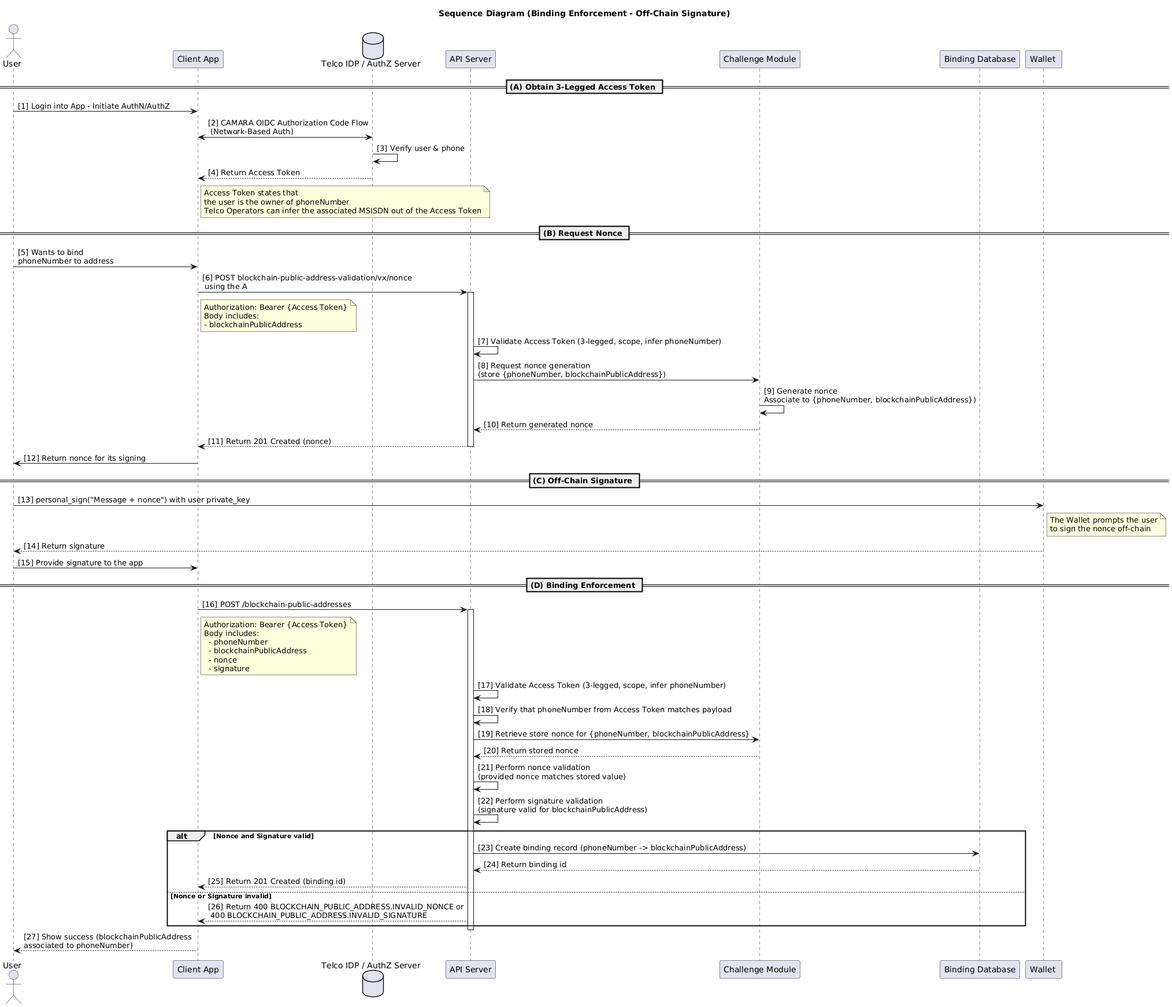
camaraproject/BlockchainPublicAddress keeps this PlantUML diagram as documentation/API_documentation/resources/blockchain-public-address-binding-enforcement-off-chain-signature.png. Above is the earlier version. The source it was exported from:
```plantuml
@startuml
title Sequence Diagram (Binding Enforcement - Off-Chain Signature)

actor User
participant "Client App" as Client
database "Telco IDP / AuthZ Server" as Auth
participant "API Server" as Server
participant "Challenge Module" as CM
participant "Binding Database" as DB
participant "Wallet " as Wallet

== (A) Obtain 3-Legged Access Token ==
User -> Client: [1] Login into App - Initiate AuthN/AuthZ
Client <-> Auth: [2] CAMARA OIDC Authorization Code Flow\n (Network-Based Auth)
Auth -> Auth: [3] Verify user & phone
Auth --> Client: [4] Return Access Token
note right of Client
  Access Token states that
  the user is the owner of phoneNumber
  Telco Operators can infer the associated MSISDN out of the Access Token
end note

== (B) Request Nonce ==
User -> Client: [5] Wants to bind \nphoneNumber to address
Client -> Server: [6] POST blockchain-public-address-validation/vx/nonce \n using the A
note right of Client
  Authorization: Bearer {Access Token}
  Body includes:
  - blockchainPublicAddress
end note

activate Server
Server -> Server: [7] Validate Access Token (3-legged, scope, infer phoneNumber)
Server -> CM: [8] Request nonce generation \n(store {phoneNumber, blockchainPublicAddress})
CM -> CM: [9] Generate nonce \nAssociate to {phoneNumber, blockchainPublicAddress})
CM --> Server: [10] Return generated nonce
Server --> Client: [11] Return 201 Created (nonce)
deactivate Server
Client -> User: [12] Return nonce for its signing

== (C) Off-Chain Signature ==
User -> Wallet: [13] personal_sign("Message + nonce") with user private_key
note right of Wallet
  The Wallet prompts the user
  to sign the nonce off-chain
end note
Wallet --> User: [14] Return signature
User -> Client: [15] Provide signature to the app

== (D) Binding Enforcement ==
Client -> Server: [16] POST /blockchain-public-addresses
note right of Client
  Authorization: Bearer {Access Token}
  Body includes:
    - phoneNumber
    - blockchainPublicAddress
    - nonce
    - signature
end note

activate Server
Server -> Server: [17] Validate Access Token (3-legged, scope, infer phoneNumber)
Server -> Server: [18] Verify that phoneNumber from Access Token matches payload
Server -> CM: [19] Retrieve store nonce for {phoneNumber, blockchainPublicAddress}
CM --> Server: [20] Return stored nonce
Server -> Server: [21] Perform nonce validation \n(provided nonce matches stored value)
Server -> Server: [22] Perform signature validation \n(signature valid for blockchainPublicAddress)

alt Nonce and Signature valid
Server -> DB: [23] Create binding record (phoneNumber -> blockchainPublicAddress)
DB --> Server: [24] Return binding id
Server --> Client: [25] Return 201 Created (binding id)
else Nonce or Signature invalid
Server --> Client: [26] Return 400 BLOCKCHAIN_PUBLIC_ADDRESS.INVALID_NONCE or\n 400 BLOCKCHAIN_PUBLIC_ADDRESS.INVALID_SIGNATURE
end

deactivate Server

Client --> User: [27] Show success (blockchainPublicAddress \nassociated to phoneNumber)
@enduml
```
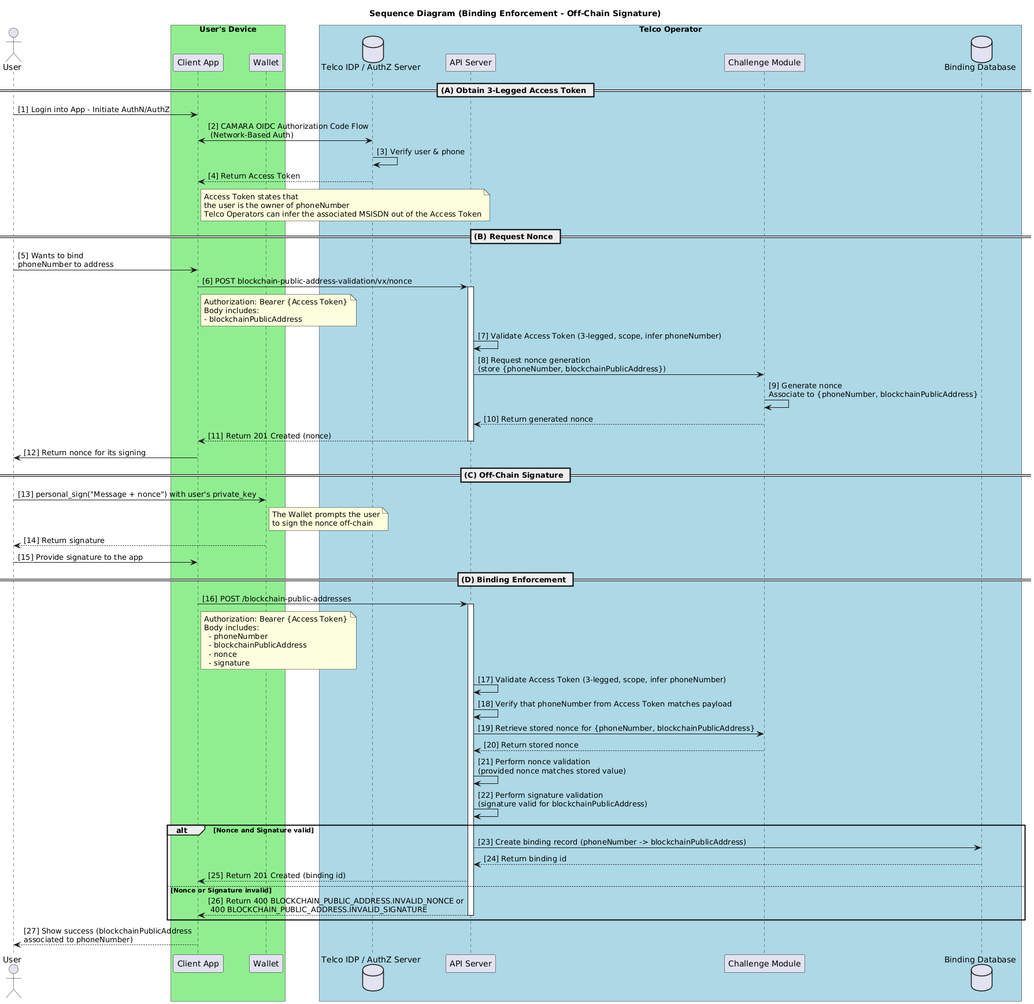
The same diagram one commit later.

Commit message:
Enforce Binding Off Chain Solution Editorial Enhancements

Diff of the diagram source:
```diff
@@ -2,12 +2,18 @@
 title Sequence Diagram (Binding Enforcement - Off-Chain Signature)
 
 actor User
-participant "Client App" as Client
-database "Telco IDP / AuthZ Server" as Auth
-participant "API Server" as Server
-participant "Challenge Module" as CM
-participant "Binding Database" as DB
-participant "Wallet " as Wallet
+
+box "User's Device" #LightGreen
+  participant "Client App" as Client
+  participant "Wallet" as Wallet
+end box
+
+box "Telco Operator" #LightBlue
+  database "Telco IDP / AuthZ Server" as Auth
+  participant "API Server" as Server
+  participant "Challenge Module" as CM
+  database "Binding Database" as DB
+end box
 
 == (A) Obtain 3-Legged Access Token ==
 User -> Client: [1] Login into App - Initiate AuthN/AuthZ
@@ -22,7 +28,7 @@
 
 == (B) Request Nonce ==
 User -> Client: [5] Wants to bind \nphoneNumber to address
-Client -> Server: [6] POST blockchain-public-address-validation/vx/nonce \n using the A
+Client -> Server: [6] POST blockchain-public-address-validation/vx/nonce
 note right of Client
   Authorization: Bearer {Access Token}
   Body includes:
@@ -32,14 +38,14 @@
 activate Server
 Server -> Server: [7] Validate Access Token (3-legged, scope, infer phoneNumber)
 Server -> CM: [8] Request nonce generation \n(store {phoneNumber, blockchainPublicAddress})
-CM -> CM: [9] Generate nonce \nAssociate to {phoneNumber, blockchainPublicAddress})
+CM -> CM: [9] Generate nonce \nAssociate to {phoneNumber, blockchainPublicAddress}
 CM --> Server: [10] Return generated nonce
 Server --> Client: [11] Return 201 Created (nonce)
 deactivate Server
 Client -> User: [12] Return nonce for its signing
 
 == (C) Off-Chain Signature ==
-User -> Wallet: [13] personal_sign("Message + nonce") with user private_key
+User -> Wallet: [13] personal_sign("Message + nonce") with user's private_key
 note right of Wallet
   The Wallet prompts the user
   to sign the nonce off-chain
@@ -61,7 +67,7 @@
 activate Server
 Server -> Server: [17] Validate Access Token (3-legged, scope, infer phoneNumber)
 Server -> Server: [18] Verify that phoneNumber from Access Token matches payload
-Server -> CM: [19] Retrieve store nonce for {phoneNumber, blockchainPublicAddress}
+Server -> CM: [19] Retrieve stored nonce for {phoneNumber, blockchainPublicAddress}
 CM --> Server: [20] Return stored nonce
 Server -> Server: [21] Perform nonce validation \n(provided nonce matches stored value)
 Server -> Server: [22] Perform signature validation \n(signature valid for blockchainPublicAddress)
@@ -72,9 +78,8 @@
 Server --> Client: [25] Return 201 Created (binding id)
 else Nonce or Signature invalid
 Server --> Client: [26] Return 400 BLOCKCHAIN_PUBLIC_ADDRESS.INVALID_NONCE or\n 400 BLOCKCHAIN_PUBLIC_ADDRESS.INVALID_SIGNATURE
+deactivate Server
 end
-
-deactivate Server
 
 Client --> User: [27] Show success (blockchainPublicAddress \nassociated to phoneNumber)
 @enduml
```
